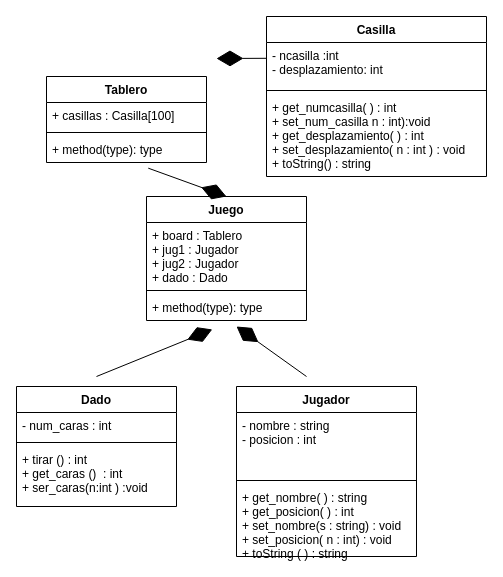
Above: sesion3/serpiente-escalera.drawio in GruposTEC/AD24TC1033-301 (draw.io), before the change. Source tidied: cells renumbered, new cells numbered last; positions are measured from the earlier drawing's top-left corner, leaving out a move shared by most shapes. Both pictures are drawn from the tidied source at 100%, with x=0, y=0 at pixel (16, 16).
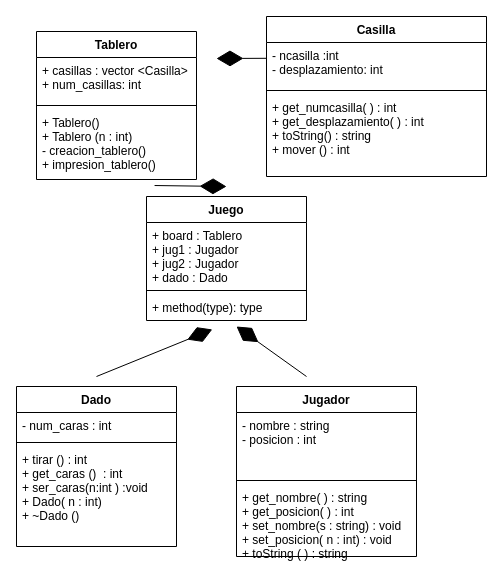
The same page after the edit.

Unchanged cells that the change refers to:
```xml
<mxCell id="6" value="Casilla" style="swimlane;fontStyle=1;align=center;verticalAlign=top;horizontal=1;startSize=26;" parent="1" vertex="1">
  <mxGeometry x="250" width="220" height="160" as="geometry" />
</mxCell>
<mxCell id="19" value="Juego" style="swimlane;fontStyle=1;align=center;verticalAlign=top;horizontal=1;startSize=26;" parent="1" vertex="1">
  <mxGeometry x="130" y="180" width="160" height="124" as="geometry" />
</mxCell>
```

What changed in the source:
```diff
@@
     <mxCell id="2" value="Tablero" style="swimlane;fontStyle=1;align=center;verticalAlign=top;horizontal=1;startSize=26;" parent="1" vertex="1">
-      <mxGeometry x="30" y="60" width="160" height="86" as="geometry" />
+      <mxGeometry x="20" y="15" width="160" height="148" as="geometry" />
     </mxCell>
-    <mxCell id="3" value="+ casillas : Casilla[100]" style="text;strokeColor=none;fillColor=none;align=left;verticalAlign=top;spacingLeft=4;spacingRight=4;overflow=hidden;" parent="2" vertex="1">
-      <mxGeometry y="26" width="160" height="26" as="geometry" />
+    <mxCell id="3" value="+ casillas : vector &lt;Casilla&gt;&#10;+ num_casillas: int" style="text;strokeColor=none;fillColor=none;align=left;verticalAlign=top;spacingLeft=4;spacingRight=4;overflow=hidden;" parent="2" vertex="1">
+      <mxGeometry y="26" width="160" height="44" as="geometry" />
     </mxCell>
     <mxCell id="4" style="line;strokeWidth=1;fillColor=none;align=left;verticalAlign=middle;spacingTop=-1;spacingLeft=3;spacingRight=3;labelPosition=right;strokeColor=inherit;" parent="2" vertex="1">
-      <mxGeometry y="52" width="160" height="8" as="geometry" />
+      <mxGeometry y="70" width="160" height="8" as="geometry" />
     </mxCell>
-    <mxCell id="5" value="+ method(type): type" style="text;strokeColor=none;fillColor=none;align=left;verticalAlign=top;spacingLeft=4;spacingRight=4;overflow=hidden;points=[[0,0.5],[1,0.5]];portConstraint=eastwest;" parent="2" vertex="1">
-      <mxGeometry y="60" width="160" height="26" as="geometry" />
+    <mxCell id="5" value="+ Tablero()&#10;+ Tablero (n : int)&#10;- creacion_tablero()&#10;+ impresion_tablero()" style="text;strokeColor=none;fillColor=none;align=left;verticalAlign=top;spacingLeft=4;spacingRight=4;overflow=hidden;points=[[0,0.5],[1,0.5]];portConstraint=eastwest;" parent="2" vertex="1">
+      <mxGeometry y="78" width="160" height="70" as="geometry" />
     </mxCell>
@@
-    <mxCell id="10" value="+ get_numcasilla( ) : int&#10;+ set_num_casilla n : int):void&#10;+ get_desplazamiento( ) : int&#10;+ set_desplazamiento( n : int ) : void&#10;+ toString() : string" style="text;strokeColor=none;fillColor=none;align=left;verticalAlign=top;spacingLeft=4;spacingRight=4;overflow=hidden;" parent="6" vertex="1">
+    <mxCell id="10" value="+ get_numcasilla( ) : int&#10;+ get_desplazamiento( ) : int&#10;+ toString() : string&#10;+ mover () : int" style="text;strokeColor=none;fillColor=none;align=left;verticalAlign=top;spacingLeft=4;spacingRight=4;overflow=hidden;" parent="6" vertex="1">
       <mxGeometry y="78" width="220" height="82" as="geometry" />
     </mxCell>
     <mxCell id="11" value="Dado" style="swimlane;fontStyle=1;align=center;verticalAlign=top;horizontal=1;startSize=26;" parent="1" vertex="1">
-      <mxGeometry y="370" width="160" height="120" as="geometry" />
+      <mxGeometry y="370" width="160" height="160" as="geometry" />
     </mxCell>
@@
-    <mxCell id="14" value="+ tirar () : int&#10;+ get_caras ()  : int&#10;+ ser_caras(n:int ) :void" style="text;strokeColor=none;fillColor=none;align=left;verticalAlign=top;spacingLeft=4;spacingRight=4;overflow=hidden;" parent="11" vertex="1">
-      <mxGeometry y="60" width="160" height="60" as="geometry" />
+    <mxCell id="14" value="+ tirar () : int&#10;+ get_caras ()  : int&#10;+ ser_caras(n:int ) :void&#10;+ Dado( n : int)&#10;+ ~Dado ()" style="text;strokeColor=none;fillColor=none;align=left;verticalAlign=top;spacingLeft=4;spacingRight=4;overflow=hidden;" parent="11" vertex="1">
+      <mxGeometry y="60" width="160" height="100" as="geometry" />
     </mxCell>
@@
-    <mxCell id="23" style="endArrow=diamondThin;endFill=1;endSize=24;html=1;entryX=0.5;entryY=0;entryDx=0;entryDy=0;exitX=0.636;exitY=1.218;exitDx=0;exitDy=0;exitPerimeter=0;" parent="1" edge="1" source="5" target="19">
-      <mxGeometry relative="1" as="geometry" />
+    <mxCell id="23" style="endArrow=diamondThin;endFill=1;endSize=24;html=1;exitX=0.738;exitY=1.086;exitDx=0;exitDy=0;exitPerimeter=0;" parent="1" edge="1" source="5">
+      <mxGeometry relative="1" as="geometry">
+        <mxPoint x="210" y="170" as="targetPoint" />
+      </mxGeometry>
     </mxCell>
```
